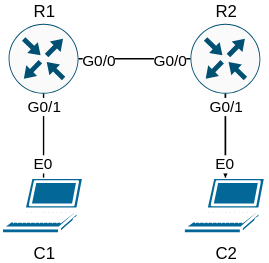
This is modules/layer-3/ospf/single-area-p2p/topology/diagram.svg from ackindelt-cyber/ackindelt-networking-cml, a draw.io export, as it was before one commit. Source tidied: cells renumbered, new cells last; positions are measured from the earlier drawing's top-left corner, leaving out a move shared by most shapes. The source it was exported from:
```xml
<mxGraphModel>
  <root>
    <mxCell id="0" />
    <mxCell id="1" parent="0" />
    <mxCell id="2" value="C1" style="sketch=0;html=1;dashed=0;fillColor=#036897;strokeColor=#ffffff;strokeWidth=2;verticalLabelPosition=bottom;verticalAlign=top;align=center;outlineConnect=0;shape=mxgraph.cisco.computers_and_peripherals.laptop;" parent="1" vertex="1">
      <mxGeometry y="110" width="60" height="40" as="geometry" />
    </mxCell>
    <mxCell id="3" value="R1" style="sketch=0;points=[[0.5,0,0],[1,0.5,0],[0.5,1,0],[0,0.5,0],[0.145,0.145,0],[0.8555,0.145,0],[0.855,0.8555,0],[0.145,0.855,0]];verticalLabelPosition=top;html=1;verticalAlign=bottom;align=center;shape=mxgraph.cisco19.rect;prIcon=router;fillColor=#FAFAFA;strokeColor=#005073;labelPosition=center;" parent="1" vertex="1">
      <mxGeometry x="5" width="50" height="50" as="geometry" />
    </mxCell>
    <mxCell id="4" style="edgeStyle=orthogonalEdgeStyle;rounded=0;jettySize=auto;html=1;" parent="1" edge="1" source="5" target="6">
      <mxGeometry relative="1" as="geometry" />
    </mxCell>
    <mxCell id="5" value="R2" style="sketch=0;points=[[0.5,0,0],[1,0.5,0],[0.5,1,0],[0,0.5,0],[0.145,0.145,0],[0.8555,0.145,0],[0.855,0.8555,0],[0.145,0.855,0]];verticalLabelPosition=top;html=1;verticalAlign=bottom;align=center;shape=mxgraph.cisco19.rect;prIcon=router;fillColor=#FAFAFA;strokeColor=#005073;labelPosition=center;" parent="1" vertex="1">
      <mxGeometry x="135" width="50" height="50" as="geometry" />
    </mxCell>
    <mxCell id="6" value="C2" style="sketch=0;html=1;dashed=0;fillColor=#036897;strokeColor=#ffffff;strokeWidth=2;verticalLabelPosition=bottom;verticalAlign=top;align=center;outlineConnect=0;shape=mxgraph.cisco.computers_and_peripherals.laptop;" parent="1" vertex="1">
      <mxGeometry x="130" y="110" width="60" height="40" as="geometry" />
    </mxCell>
    <mxCell id="7" style="rounded=0;jettySize=auto;html=1;exitX=0.5;exitY=0;exitDx=0;exitDy=0;exitPerimeter=0;entryX=0.5;entryY=1;entryDx=0;entryDy=0;entryPerimeter=0;endArrow=none;endFill=0;" parent="1" edge="1" source="2" target="3">
      <mxGeometry relative="1" as="geometry" />
    </mxCell>
    <mxCell id="8" value="E0" style="edgeLabel;html=1;align=center;verticalAlign=middle;" parent="7" vertex="1">
      <mxGeometry x="-0.6" y="-1" relative="1" as="geometry">
        <mxPoint x="-2" y="2" as="offset" />
      </mxGeometry>
    </mxCell>
    <mxCell id="9" value="G0/1" style="edgeLabel;html=1;align=center;verticalAlign=middle;" parent="7" vertex="1">
      <mxGeometry x="0.57" y="-2" relative="1" as="geometry">
        <mxPoint x="-2" y="-4" as="offset" />
      </mxGeometry>
    </mxCell>
    <mxCell id="10" style="rounded=0;jettySize=auto;html=1;exitX=0.5;exitY=0;exitDx=0;exitDy=0;exitPerimeter=0;entryX=0.5;entryY=1;entryDx=0;entryDy=0;entryPerimeter=0;endArrow=none;endFill=0;" parent="1" edge="1" source="6" target="5">
      <mxGeometry relative="1" as="geometry" />
    </mxCell>
    <mxCell id="11" value="E0" style="edgeLabel;html=1;align=center;verticalAlign=middle;" parent="10" vertex="1">
      <mxGeometry x="-0.57" y="-1" relative="1" as="geometry">
        <mxPoint x="-2" y="3" as="offset" />
      </mxGeometry>
    </mxCell>
    <mxCell id="12" value="G0/1" style="edgeLabel;html=1;align=center;verticalAlign=middle;" parent="10" vertex="1">
      <mxGeometry x="0.47" relative="1" as="geometry">
        <mxPoint y="-7" as="offset" />
      </mxGeometry>
    </mxCell>
    <mxCell id="13" style="rounded=0;jettySize=auto;html=1;exitX=1;exitY=0.5;exitDx=0;exitDy=0;exitPerimeter=0;entryX=0;entryY=0.5;entryDx=0;entryDy=0;entryPerimeter=0;endArrow=none;endFill=0;" parent="1" edge="1" source="3" target="5">
      <mxGeometry relative="1" as="geometry" />
    </mxCell>
    <mxCell id="14" value="G0/0" style="edgeLabel;html=1;align=center;verticalAlign=middle;" parent="13" vertex="1">
      <mxGeometry x="-0.62" y="-2" relative="1" as="geometry">
        <mxPoint x="-1" y="-1" as="offset" />
      </mxGeometry>
    </mxCell>
    <mxCell id="15" value="G0/0" style="edgeLabel;html=1;align=center;verticalAlign=middle;" parent="13" vertex="1">
      <mxGeometry x="0.62" relative="1" as="geometry">
        <mxPoint y="1" as="offset" />
      </mxGeometry>
    </mxCell>
  </root>
</mxGraphModel>
```
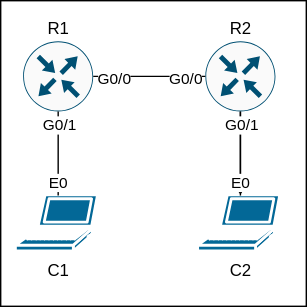
After the commit.

What changed in the source:
```diff
@@ -2,6 +2,9 @@
   <root>
     <mxCell id="0" />
     <mxCell id="1" parent="0" />
+    <mxCell id="16" style="whiteSpace=wrap;html=1;" parent="1" vertex="1">
+      <mxGeometry x="-11" y="-29" width="218" height="218" as="geometry" />
+    </mxCell>
     <mxCell id="2" value="C1" style="sketch=0;html=1;dashed=0;fillColor=#036897;strokeColor=#ffffff;strokeWidth=2;verticalLabelPosition=bottom;verticalAlign=top;align=center;outlineConnect=0;shape=mxgraph.cisco.computers_and_peripherals.laptop;" parent="1" vertex="1">
       <mxGeometry y="110" width="60" height="40" as="geometry" />
     </mxCell>
```
